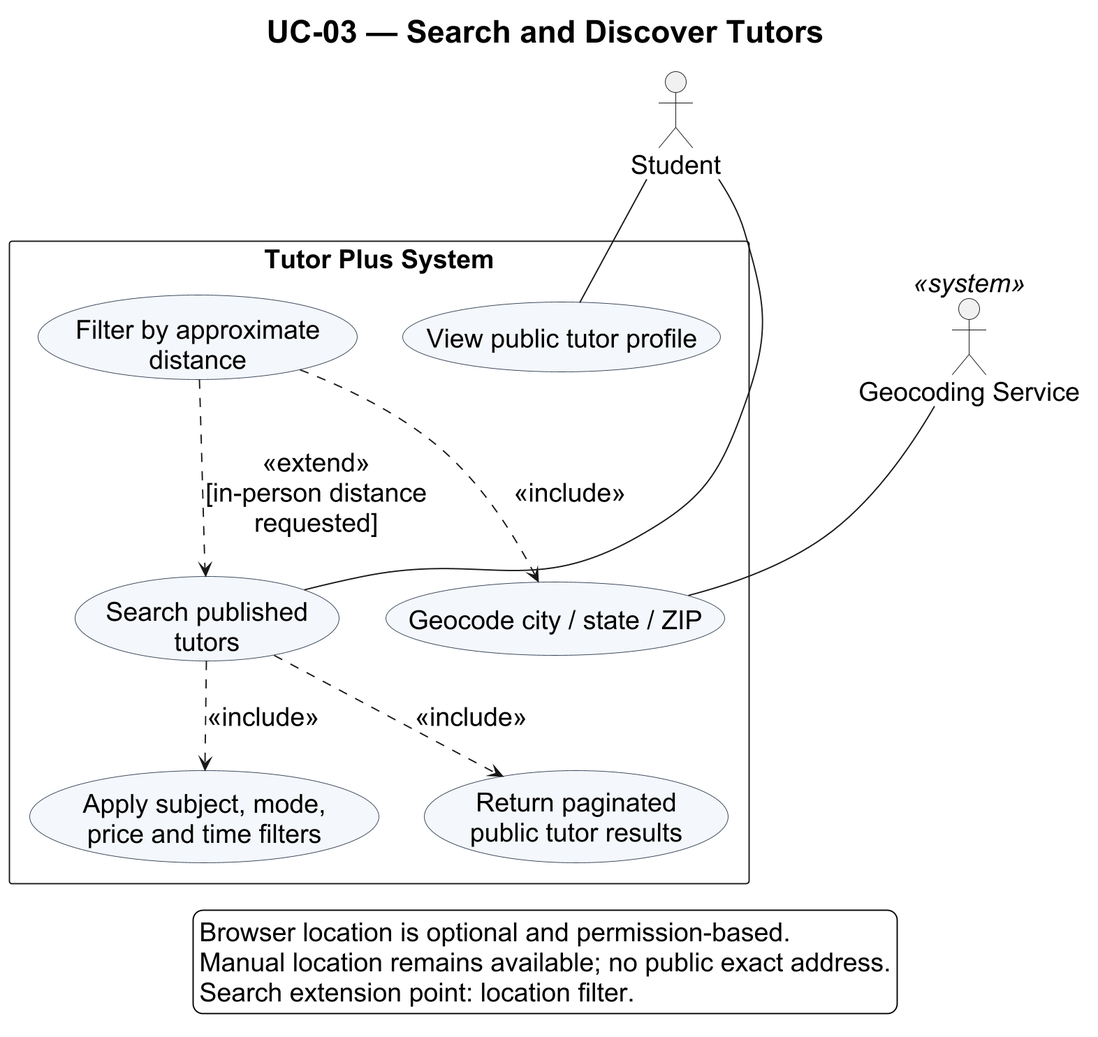
addiee13/tutor-plus keeps this PlantUML diagram as docs/diagrams/rendered/usecase-uc03.png. Above is the earlier version.
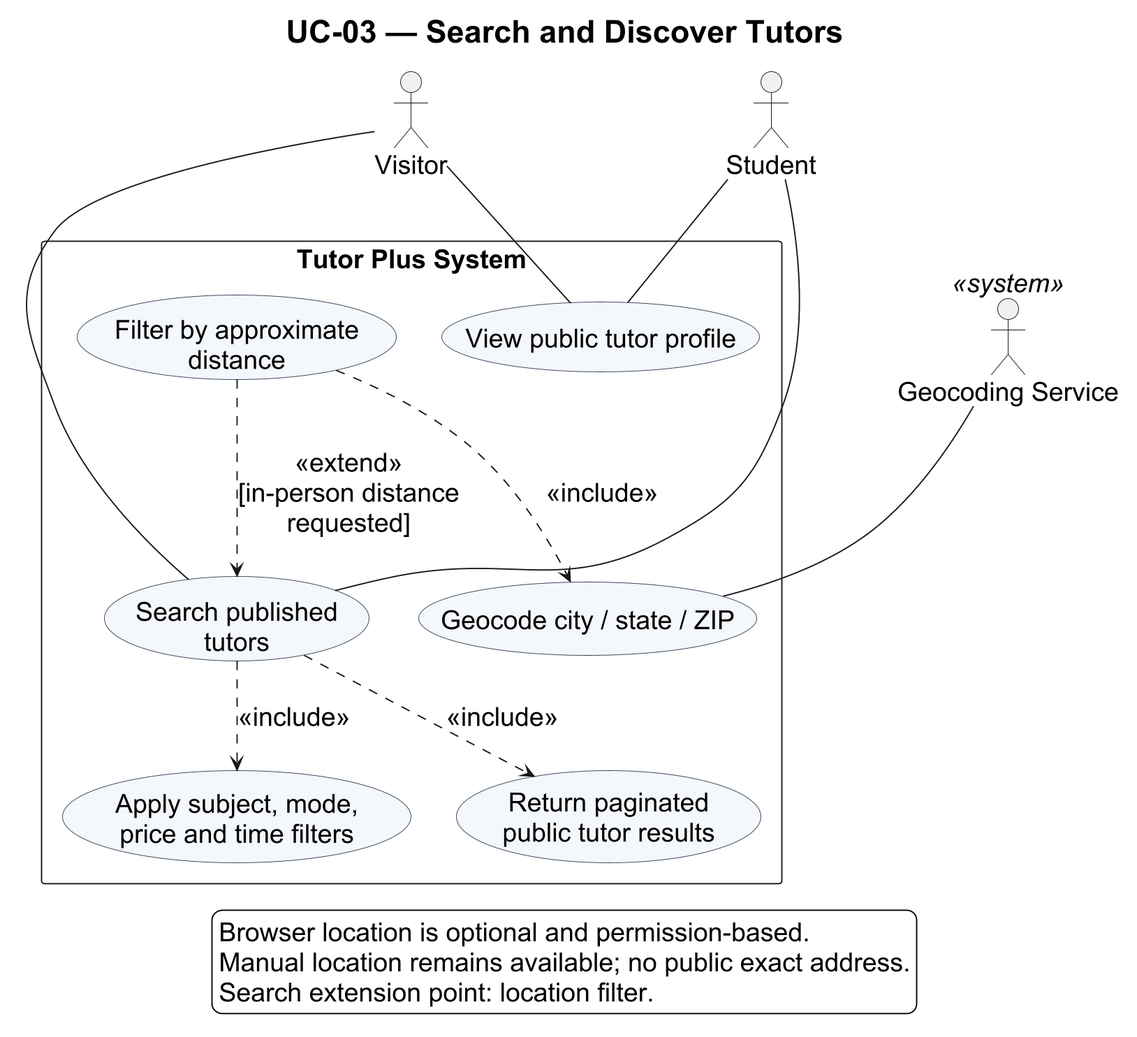
The same file after the commit.

What changed in the source:
```diff
@@ -10,6 +10,7 @@
 skinparam dpi 180
 skinparam usecaseBackgroundColor #F4F7FB
 skinparam usecaseBorderColor #334155
+actor Visitor
 actor Student
 actor "Geocoding Service" as Geo <<system>>
 rectangle "Tutor Plus System" {
@@ -24,6 +25,8 @@
   Distance ..> Search : <<extend>>\n[in-person distance\nrequested]
   Distance ..> Geocode : <<include>>
 }
+Visitor -- Search
+Visitor -- View
 Student -- Search
 Student -- View
 Geo -- Geocode
```
